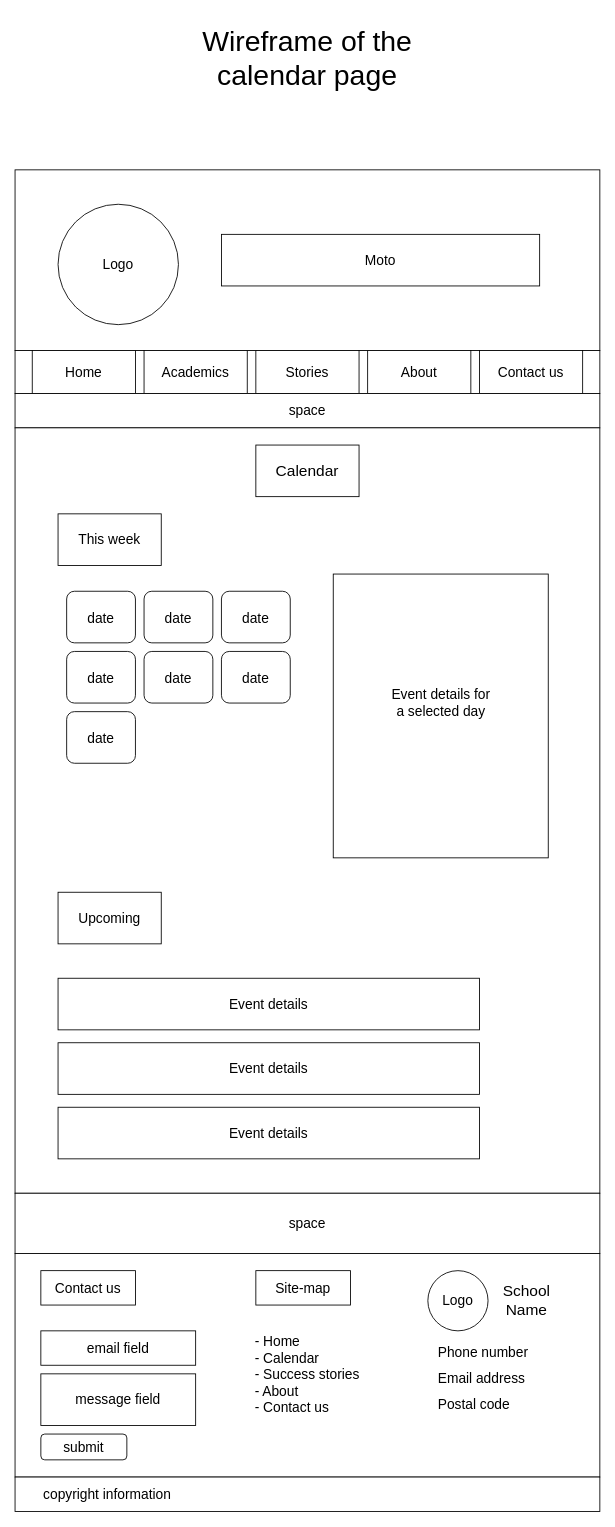
This is calendar_page_wireframe.drawio from sami-bre/UGR-0848-13, a draw.io file, before an edit. Source tidied: cells renumbered, new cells numbered last; positions are measured from the earlier drawing's top-left corner, leaving out a move shared by most shapes. Both pictures are drawn from the tidied source at 86%, with x=0, y=0 at pixel (15, 15).
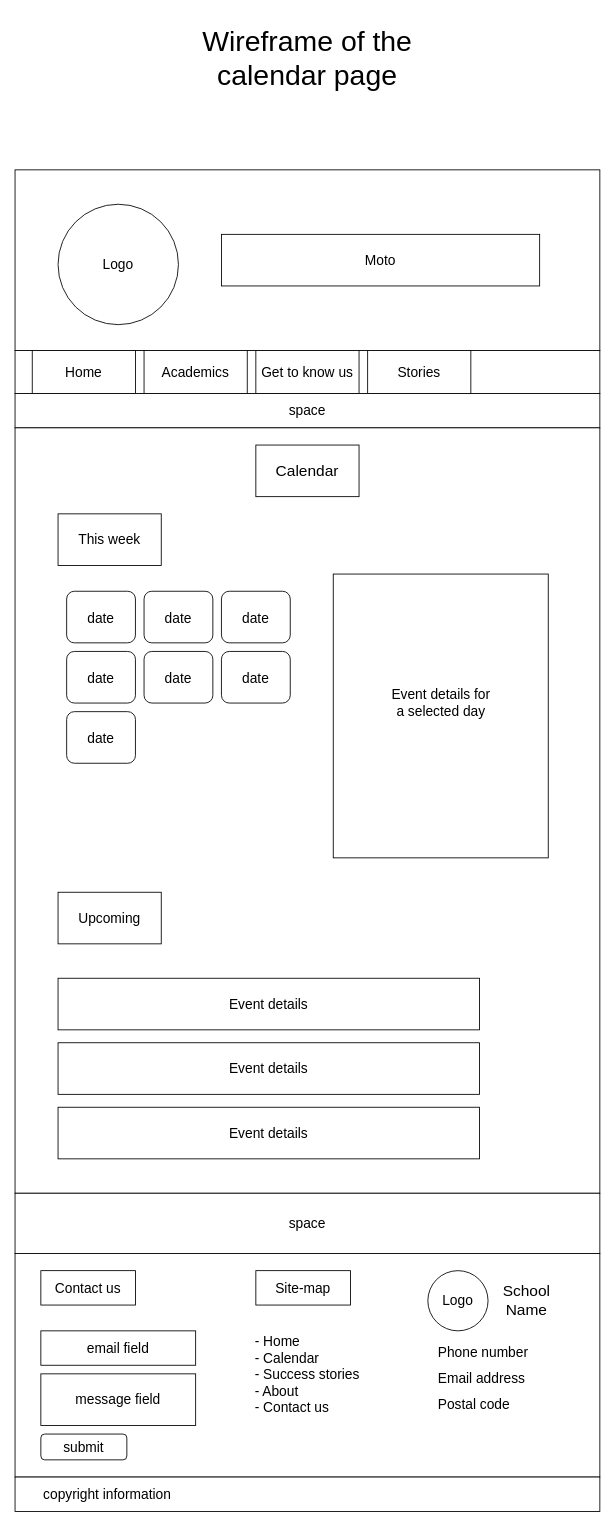
After the change.

The edit, as a diff of the source:
```diff
@@
-    <mxCell id="9" value="About" style="rounded=0;whiteSpace=wrap;html=1;fontSize=16;" parent="1" vertex="1">
-      <mxGeometry x="410" y="390" width="120" height="50" as="geometry" />
-    </mxCell>
-    <mxCell id="10" value="Contact us" style="rounded=0;whiteSpace=wrap;html=1;fontSize=16;" parent="1" vertex="1">
-      <mxGeometry x="540" y="390" width="120" height="50" as="geometry" />
+    <mxCell id="10" value="Stories" style="rounded=0;whiteSpace=wrap;html=1;fontSize=16;" parent="1" vertex="1">
+      <mxGeometry x="410" y="390" width="120" height="50" as="geometry" />
     </mxCell>
@@
-    <mxCell id="12" value="Stories" style="rounded=0;whiteSpace=wrap;html=1;fontSize=16;" parent="1" vertex="1">
+    <mxCell id="12" value="Get to know us" style="rounded=0;whiteSpace=wrap;html=1;fontSize=16;" parent="1" vertex="1">
       <mxGeometry x="280" y="390" width="120" height="50" as="geometry" />
     </mxCell>
```
